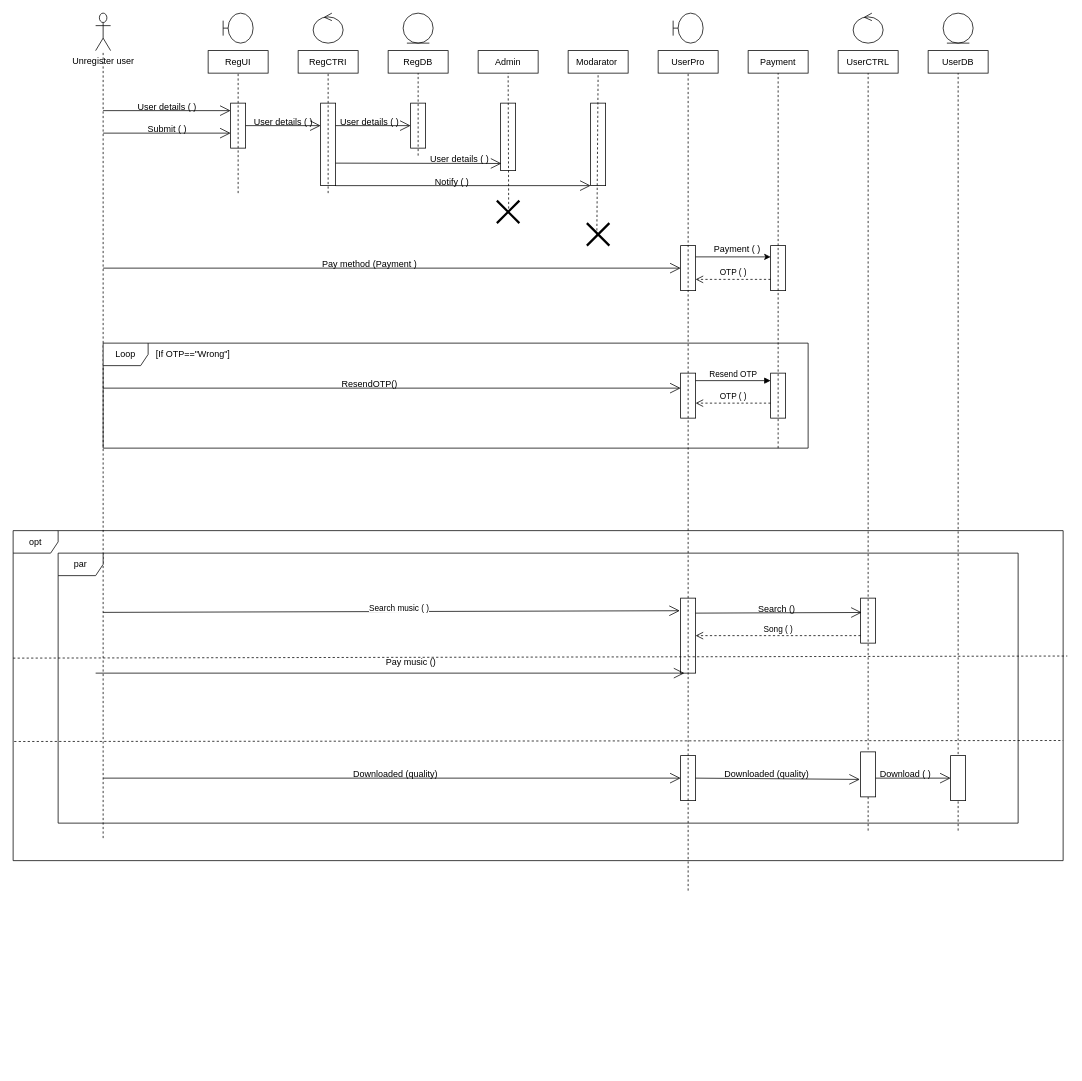
Above: Untitled Diagram.drawio in SLIIT-FacultyOfComputing/tutorial-06b-PeirisWRL (draw.io), before the change. Source tidied: cells renumbered, new cells numbered last; positions are measured from the earlier drawing's top-left corner, leaving out a move shared by most shapes. Both pictures are drawn from the tidied source at 75%, with x=0, y=0 at pixel (13, 13).
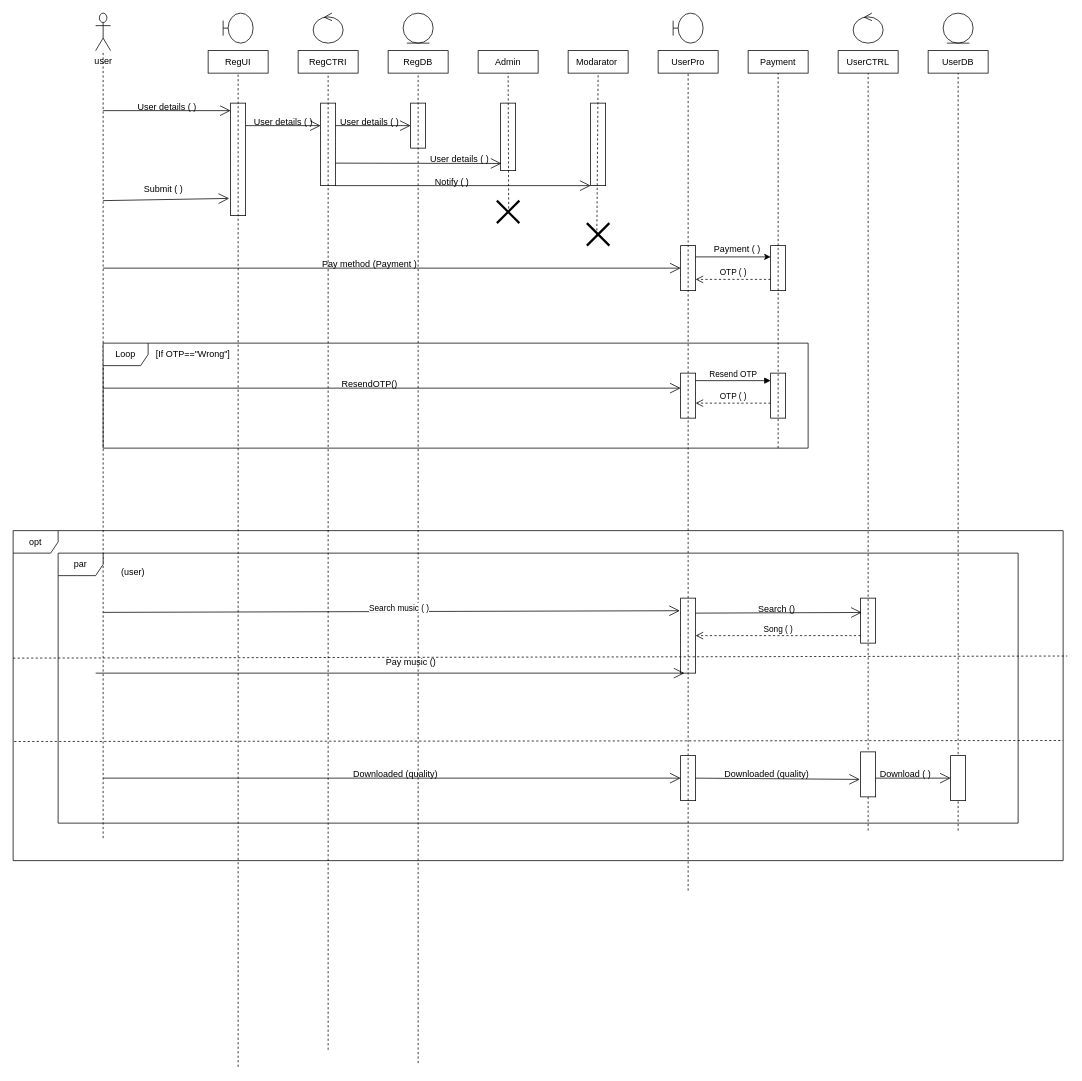
After the change.

Unchanged cells that the change refers to:
```xml
<mxCell id="2" value="RegCTRI" style="rounded=0;whiteSpace=wrap;html=1;" parent="1" vertex="1">
  <mxGeometry x="380" y="50" width="80" height="30" as="geometry" />
</mxCell>
<mxCell id="3" value="RegDB" style="rounded=0;whiteSpace=wrap;html=1;" parent="1" vertex="1">
  <mxGeometry x="500" y="50" width="80" height="30" as="geometry" />
</mxCell>
<mxCell id="9" value="RegUI" style="rounded=0;whiteSpace=wrap;html=1;" parent="1" vertex="1">
  <mxGeometry x="260" y="50" width="80" height="30" as="geometry" />
</mxCell>
```

Change to the diagram source:
```diff
@@
-    <mxCell id="8" value="Unregister user" style="shape=umlActor;verticalLabelPosition=bottom;verticalAlign=top;html=1;outlineConnect=0;" parent="1" vertex="1">
+    <mxCell id="8" value="user" style="shape=umlActor;verticalLabelPosition=bottom;verticalAlign=top;html=1;outlineConnect=0;" parent="1" vertex="1">
       <mxGeometry x="110" width="20" height="50" as="geometry" />
     </mxCell>
@@
     <mxCell id="13" style="rounded=0;whiteSpace=wrap;html=1;" parent="1" vertex="1">
-      <mxGeometry x="290" y="120" width="20" height="60" as="geometry" />
+      <mxGeometry x="290" y="120" width="20" height="150" as="geometry" />
     </mxCell>
@@
     <mxCell id="19" value="Submit ( )" style="text;html=1;align=center;verticalAlign=middle;strokeColor=none;fillColor=none;" parent="1" vertex="1">
-      <mxGeometry x="165" y="140" width="80" height="30" as="geometry" />
+      <mxGeometry x="160" y="220" width="80" height="30" as="geometry" />
     </mxCell>
     <mxCell id="20" style="endArrow=none;dashed=1;html=1;rounded=0;entryX=0.5;entryY=1;entryDx=0;entryDy=0;" parent="1" edge="1" target="9">
       <mxGeometry relative="1" as="geometry">
-        <mxPoint x="300" y="240" as="sourcePoint" />
+        <mxPoint x="300" y="1405" as="sourcePoint" />
       </mxGeometry>
     </mxCell>
@@
     <mxCell id="22" style="endArrow=none;dashed=1;html=1;rounded=0;entryX=0.5;entryY=1;entryDx=0;entryDy=0;" parent="1" edge="1" target="2">
       <mxGeometry relative="1" as="geometry">
-        <mxPoint x="420" y="240" as="sourcePoint" />
+        <mxPoint x="420" y="1382.3" as="sourcePoint" />
       </mxGeometry>
     </mxCell>
     <mxCell id="23" style="endArrow=none;dashed=1;html=1;rounded=0;entryX=0.5;entryY=1;entryDx=0;entryDy=0;" parent="1" edge="1" target="3">
       <mxGeometry relative="1" as="geometry">
-        <mxPoint x="540" y="190" as="sourcePoint" />
+        <mxPoint x="540" y="1400" as="sourcePoint" />
       </mxGeometry>
     </mxCell>
@@
-    <mxCell id="35" style="endArrow=open;endFill=1;endSize=12;html=1;rounded=0;entryX=0;entryY=0.667;entryDx=0;entryDy=0;entryPerimeter=0;" parent="1" edge="1" target="13">
+    <mxCell id="35" style="endArrow=open;endFill=1;endSize=12;html=1;rounded=0;entryX=-0.1;entryY=0.847;entryDx=0;entryDy=0;entryPerimeter=0;" parent="1" edge="1" target="13">
       <mxGeometry relative="1" as="geometry">
-        <mxPoint x="120" y="160" as="sourcePoint" />
+        <mxPoint x="120" y="250" as="sourcePoint" />
       </mxGeometry>
     </mxCell>
@@
+    <mxCell id="84" value="(user)" style="text;html=1;strokeColor=none;fillColor=none;align=center;verticalAlign=middle;whiteSpace=wrap;rounded=0;" parent="1" vertex="1">
+      <mxGeometry x="130" y="730" width="60" height="30" as="geometry" />
+    </mxCell>
```
